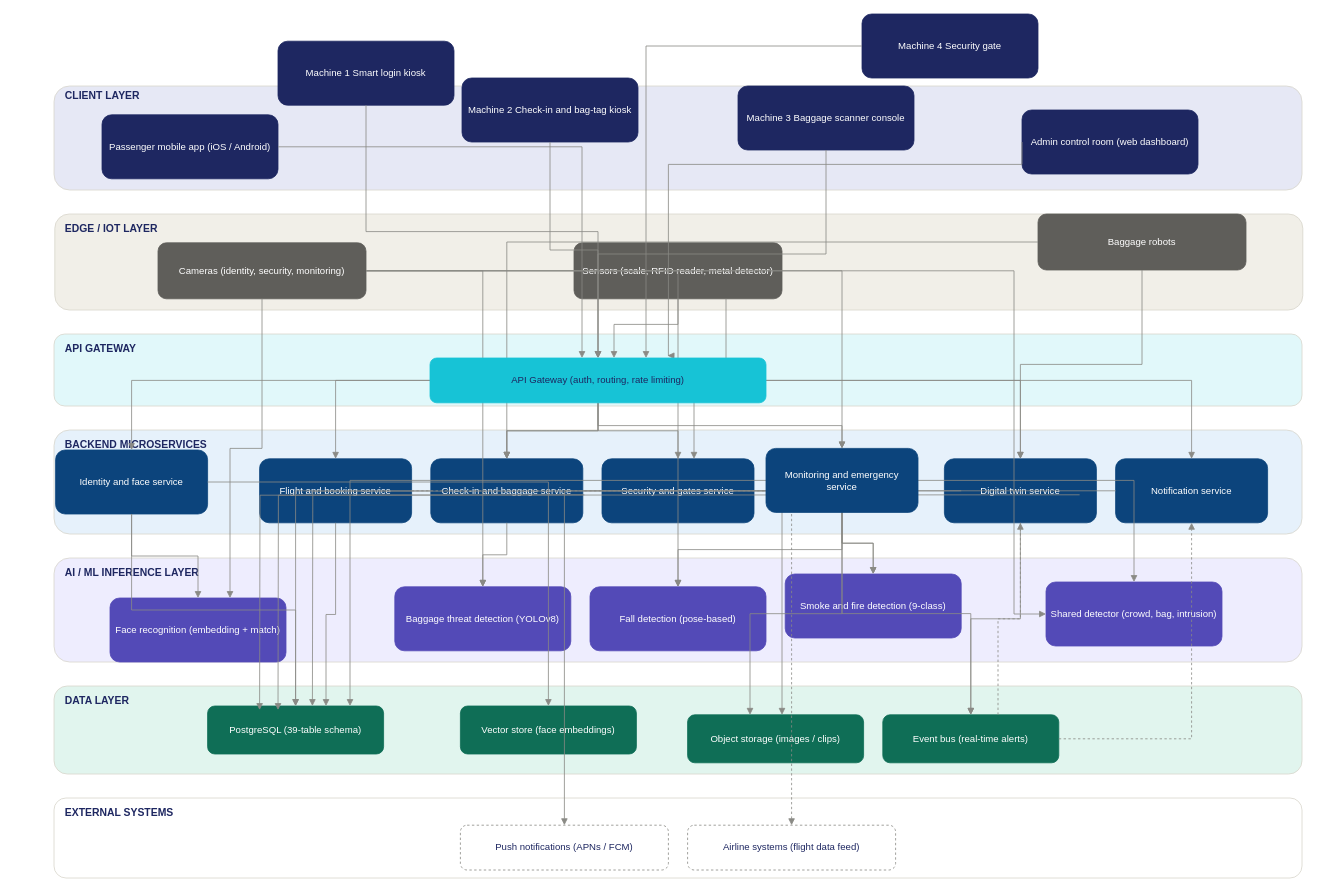
Above: Smart_Airport_System_Design.drawio in omaressa123/SAP_S (draw.io), before the change. Source tidied: cells renumbered, new cells numbered last; positions are measured from the earlier drawing's top-left corner, leaving out a move shared by most shapes. Both pictures are drawn from the tidied source at 80%, with x=0, y=0 at pixel (54, 14).
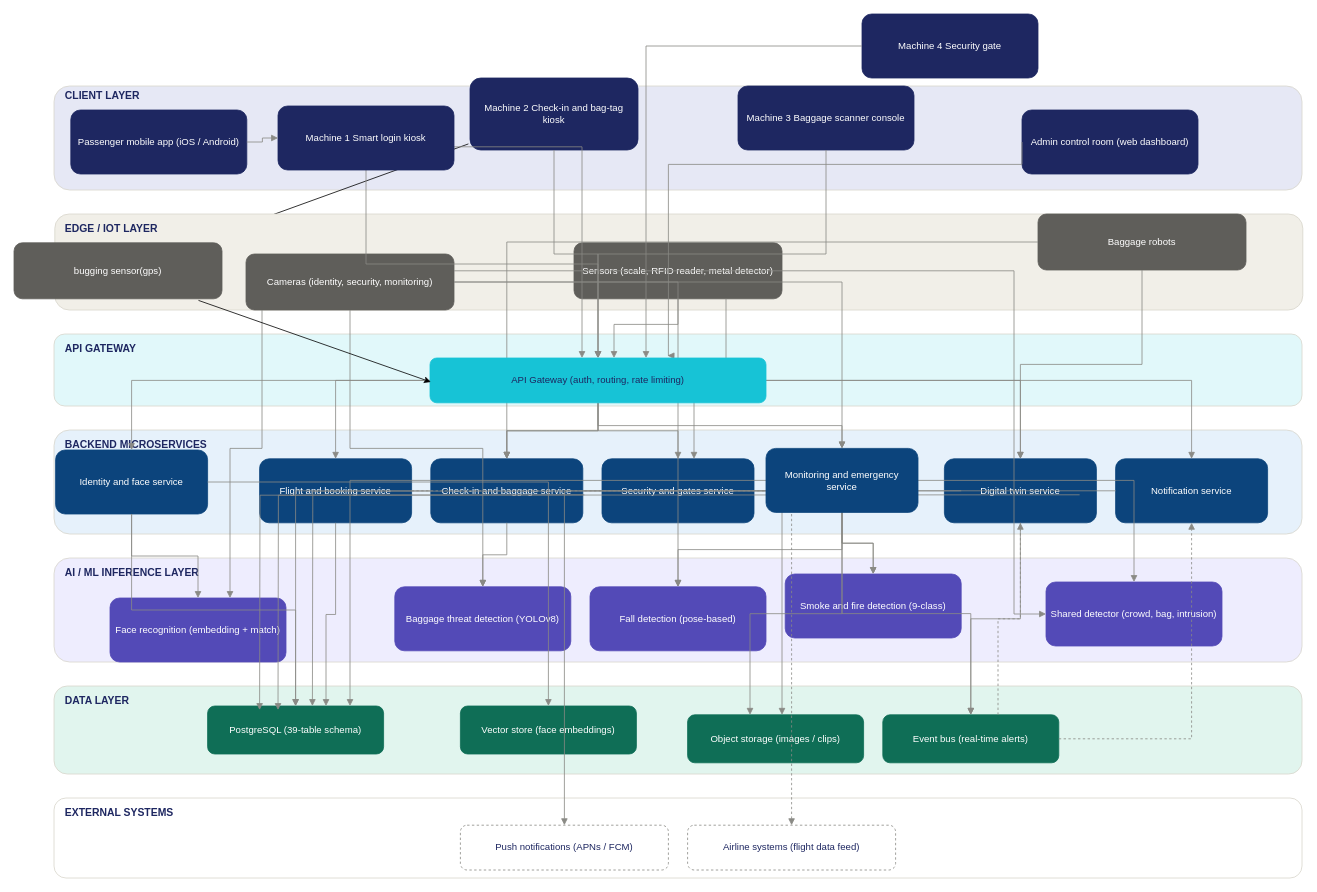
Above is the later version.

The change refers to these unchanged cells:
```xml
<mxCell id="86" value="API Gateway (auth, routing, rate limiting)" style="rounded=1;whiteSpace=wrap;html=1;fillColor=#17C3D6;strokeColor=#17C3D6;fontColor=#1E2761;fontSize=12;fontStyle=0;align=center;verticalAlign=middle;spacing=6;" parent="1" vertex="1">
  <mxGeometry x="470" y="430" width="420" height="56" as="geometry" />
</mxCell>
```

The edit, as a diff of the source:
```diff
@@
     <mxCell id="3" value="Passenger mobile app (iOS / Android)" style="rounded=1;whiteSpace=wrap;html=1;fillColor=#1E2761;strokeColor=#1E2761;fontColor=#FFFFFF;fontSize=12;fontStyle=0;align=center;verticalAlign=middle;spacing=6;" parent="1" vertex="1">
-      <mxGeometry x="60" y="126" width="220" height="80" as="geometry" />
+      <mxGeometry x="21" y="120" width="220" height="80" as="geometry" />
     </mxCell>
-    <mxCell id="4" value="Machine 1 Smart login kiosk" style="rounded=1;whiteSpace=wrap;html=1;fillColor=#1E2761;strokeColor=#1E2761;fontColor=#FFFFFF;fontSize=12;fontStyle=0;align=center;verticalAlign=middle;spacing=6;" parent="1" vertex="1">
-      <mxGeometry x="280" y="34" width="220" height="80" as="geometry" />
-    </mxCell>
+    <mxCell id="89" style="edgeStyle=none;html=1;" parent="1" edge="1" target="91">
+      <mxGeometry relative="1" as="geometry">
+        <mxPoint x="518" y="162.4" as="sourcePoint" />
+      </mxGeometry>
+    </mxCell>
     <mxCell id="5" value="Machine 2 Check-in and bag-tag kiosk" style="rounded=1;whiteSpace=wrap;html=1;fillColor=#1E2761;strokeColor=#1E2761;fontColor=#FFFFFF;fontSize=12;fontStyle=0;align=center;verticalAlign=middle;spacing=6;" parent="1" vertex="1">
-      <mxGeometry x="510" y="80" width="220" height="80" as="geometry" />
+      <mxGeometry x="520" y="80" width="210" height="90" as="geometry" />
     </mxCell>
@@
     <mxCell id="10" value="Cameras (identity, security, monitoring)" style="rounded=1;whiteSpace=wrap;html=1;fillColor=#5F5E5A;strokeColor=#5F5E5A;fontColor=#FFFFFF;fontSize=12;fontStyle=0;align=center;verticalAlign=middle;spacing=6;" parent="1" vertex="1">
-      <mxGeometry x="130" y="286" width="260" height="70" as="geometry" />
+      <mxGeometry x="240" y="300" width="260" height="70" as="geometry" />
     </mxCell>
@@
-    <mxCell id="42" style="edgeStyle=orthogonalEdgeStyle;rounded=0;html=1;strokeColor=#8A8A85;strokeWidth=1;endArrow=block;endFill=1;fontSize=10;" parent="1" edge="1" source="3" target="86">
+    <mxCell id="42" style="edgeStyle=orthogonalEdgeStyle;rounded=0;html=1;strokeColor=#8A8A85;strokeWidth=1;endArrow=block;endFill=1;fontSize=10;" parent="1" edge="1" source="4" target="86">
       <mxGeometry relative="1" as="geometry">
         <Array as="points">
           <mxPoint x="660" y="166" />
         </Array>
       </mxGeometry>
     </mxCell>
@@
+    <mxCell id="90" style="edgeStyle=none;html=1;entryX=0;entryY=0.5;entryDx=0;entryDy=0;" parent="1" edge="1">
+      <mxGeometry relative="1" as="geometry">
+        <mxPoint x="180.6" y="358" as="sourcePoint" />
+        <mxPoint x="471" y="460" as="targetPoint" />
+      </mxGeometry>
+    </mxCell>
+    <mxCell id="91" value="bugging sensor(gps)" style="rounded=1;whiteSpace=wrap;html=1;fillColor=#5F5E5A;strokeColor=#5F5E5A;fontColor=#FFFFFF;fontSize=12;fontStyle=0;align=center;verticalAlign=middle;spacing=6;" parent="1" vertex="1">
+      <mxGeometry x="-50" y="286" width="260" height="70" as="geometry" />
+    </mxCell>
+    <mxCell id="92" style="edgeStyle=orthogonalEdgeStyle;rounded=0;html=1;strokeColor=#8A8A85;strokeWidth=1;endArrow=block;endFill=1;fontSize=10;" parent="1" edge="1" source="3" target="4">
+      <mxGeometry relative="1" as="geometry" />
+    </mxCell>
+    <mxCell id="4" value="Machine 1 Smart login kiosk" style="rounded=1;whiteSpace=wrap;html=1;fillColor=#1E2761;strokeColor=#1E2761;fontColor=#FFFFFF;fontSize=12;fontStyle=0;align=center;verticalAlign=middle;spacing=6;" parent="1" vertex="1">
+      <mxGeometry x="280" y="115" width="220" height="80" as="geometry" />
+    </mxCell>
```
